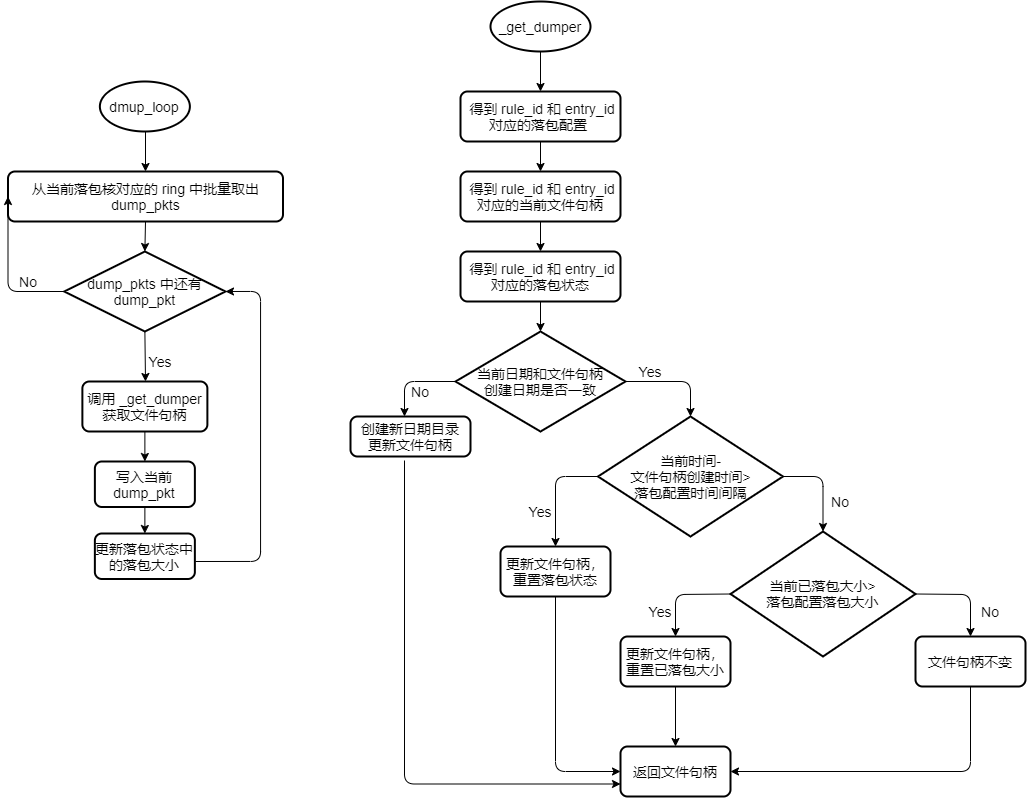
This is assets/img/pkt_dump.png from thewangcj/thewangcj.github.io, a draw.io export, as it was before one commit. Source tidied: cells renumbered, new cells last; positions are measured from the earlier drawing's top-left corner, leaving out a move shared by most shapes.
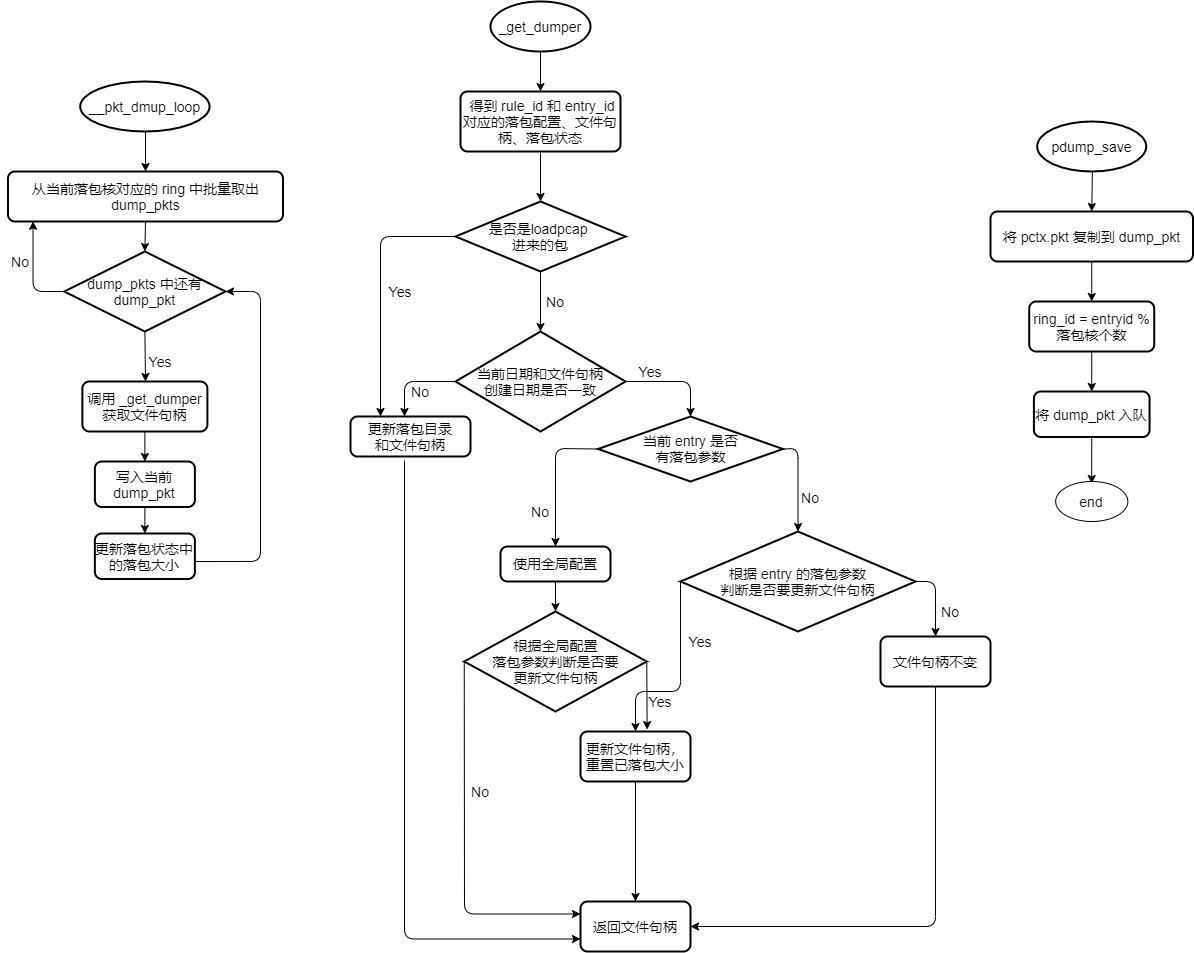
The same file after the commit.

Commit message:
添加 pkt_dump 设计

What changed in the source:
```diff
@@ -2,8 +2,8 @@
   <root>
     <mxCell id="0" />
     <mxCell id="1" parent="0" />
-    <mxCell id="2" value="&lt;font style=&quot;font-size: 14px&quot;&gt;dmup_loop&lt;/font&gt;" style="strokeWidth=2;html=1;shape=mxgraph.flowchart.start_2;whiteSpace=wrap;" parent="1" vertex="1">
-      <mxGeometry x="119.4" y="80" width="90" height="50" as="geometry" />
+    <mxCell id="2" value="&lt;font style=&quot;font-size: 14px&quot;&gt;__pkt_dmup_loop&lt;/font&gt;" style="strokeWidth=2;html=1;shape=mxgraph.flowchart.start_2;whiteSpace=wrap;" parent="1" vertex="1">
+      <mxGeometry x="99.7" y="80" width="129.4" height="50" as="geometry" />
     </mxCell>
     <mxCell id="3" style="edgeStyle=none;html=1;exitX=0.5;exitY=1;exitDx=0;exitDy=0;entryX=0.5;entryY=0;entryDx=0;entryDy=0;entryPerimeter=0;" parent="1" edge="1" source="4" target="6">
       <mxGeometry relative="1" as="geometry" />
@@ -22,8 +22,8 @@
     <mxCell id="7" value="&lt;font style=&quot;font-size: 14px&quot;&gt;Yes&lt;/font&gt;" style="text;html=1;strokeColor=none;fillColor=none;align=center;verticalAlign=middle;whiteSpace=wrap;rounded=0;" parent="1" vertex="1">
       <mxGeometry x="160" y="350" width="40" height="20" as="geometry" />
     </mxCell>
-    <mxCell id="8" value="&lt;font style=&quot;font-size: 14px&quot;&gt;当前时间-&lt;br&gt;文件句柄创建时间&amp;gt;&lt;br&gt;落包配置时间间隔&lt;/font&gt;" style="strokeWidth=2;html=1;shape=mxgraph.flowchart.decision;whiteSpace=wrap;" parent="1" vertex="1">
-      <mxGeometry x="617.5" y="415" width="185" height="120" as="geometry" />
+    <mxCell id="8" value="&lt;span style=&quot;font-size: 14px&quot;&gt;当前 entry 是否&lt;br&gt;有落包参数&lt;/span&gt;" style="strokeWidth=2;html=1;shape=mxgraph.flowchart.decision;whiteSpace=wrap;" parent="1" vertex="1">
+      <mxGeometry x="617.5" y="415" width="185" height="65" as="geometry" />
     </mxCell>
     <mxCell id="9" style="edgeStyle=none;html=1;exitX=0.5;exitY=1;exitDx=0;exitDy=0;exitPerimeter=0;entryX=0.5;entryY=0;entryDx=0;entryDy=0;" parent="1" edge="1" source="10" target="19">
       <mxGeometry relative="1" as="geometry" />
@@ -60,46 +60,40 @@
       </mxGeometry>
     </mxCell>
     <mxCell id="17" value="&lt;font style=&quot;font-size: 14px&quot;&gt;No&lt;/font&gt;" style="text;html=1;strokeColor=none;fillColor=none;align=center;verticalAlign=middle;whiteSpace=wrap;rounded=0;" parent="1" vertex="1">
-      <mxGeometry x="27.5" y="270" width="40" height="20" as="geometry" />
+      <mxGeometry x="20" y="250" width="40" height="20" as="geometry" />
     </mxCell>
-    <mxCell id="18" style="edgeStyle=none;html=1;exitX=0.5;exitY=1;exitDx=0;exitDy=0;entryX=0.5;entryY=0;entryDx=0;entryDy=0;" parent="1" edge="1" source="19" target="21">
+    <mxCell id="18" style="edgeStyle=none;html=1;exitX=0.5;exitY=1;exitDx=0;exitDy=0;entryX=0.5;entryY=0;entryDx=0;entryDy=0;entryPerimeter=0;" parent="1" edge="1" source="19" target="50">
       <mxGeometry relative="1" as="geometry" />
     </mxCell>
-    <mxCell id="19" value="&lt;font style=&quot;font-size: 14px&quot;&gt;&amp;nbsp;得到 rule_id 和 entry_id 对应的落包配置&amp;nbsp;&lt;/font&gt;" style="rounded=1;whiteSpace=wrap;html=1;absoluteArcSize=1;arcSize=14;strokeWidth=2;" parent="1" vertex="1">
-      <mxGeometry x="480" y="90" width="160" height="50" as="geometry" />
+    <mxCell id="19" value="&lt;font style=&quot;font-size: 14px&quot;&gt;&amp;nbsp;得到 rule_id 和 entry_id 对应的落包配置、文件句柄、落包状态&lt;/font&gt;" style="rounded=1;whiteSpace=wrap;html=1;absoluteArcSize=1;arcSize=14;strokeWidth=2;" parent="1" vertex="1">
+      <mxGeometry x="480" y="90" width="160" height="60" as="geometry" />
     </mxCell>
-    <mxCell id="20" style="edgeStyle=none;html=1;exitX=0.5;exitY=1;exitDx=0;exitDy=0;entryX=0.5;entryY=0;entryDx=0;entryDy=0;" parent="1" edge="1" source="21" target="23">
-      <mxGeometry relative="1" as="geometry" />
-    </mxCell>
-    <mxCell id="21" value="&lt;font style=&quot;font-size: 14px&quot;&gt;&amp;nbsp;得到 rule_id 和 entry_id 对应的当前文件句柄&lt;/font&gt;" style="rounded=1;whiteSpace=wrap;html=1;absoluteArcSize=1;arcSize=14;strokeWidth=2;" parent="1" vertex="1">
-      <mxGeometry x="480" y="170" width="160" height="50" as="geometry" />
-    </mxCell>
-    <mxCell id="22" style="edgeStyle=none;html=1;exitX=0.5;exitY=1;exitDx=0;exitDy=0;entryX=0.5;entryY=0;entryDx=0;entryDy=0;entryPerimeter=0;" parent="1" edge="1" source="23" target="38">
+    <mxCell id="22" style="edgeStyle=none;html=1;exitX=0.5;exitY=1;exitDx=0;exitDy=0;entryX=0.5;entryY=0;entryDx=0;entryDy=0;entryPerimeter=0;exitPerimeter=0;" parent="1" edge="1" source="50" target="38">
       <mxGeometry relative="1" as="geometry" />
     </mxCell>
-    <mxCell id="23" value="&lt;font style=&quot;font-size: 14px&quot;&gt;&amp;nbsp;得到 rule_id 和 entry_id 对应的落包状态&lt;/font&gt;" style="rounded=1;whiteSpace=wrap;html=1;absoluteArcSize=1;arcSize=14;strokeWidth=2;" parent="1" vertex="1">
-      <mxGeometry x="480" y="250" width="160" height="50" as="geometry" />
-    </mxCell>
     <mxCell id="24" value="&lt;font style=&quot;font-size: 14px&quot;&gt;更新落包状态中的落包大小&lt;/font&gt;" style="rounded=1;whiteSpace=wrap;html=1;absoluteArcSize=1;arcSize=14;strokeWidth=2;" parent="1" vertex="1">
       <mxGeometry x="114.4" y="532" width="100" height="45.5" as="geometry" />
     </mxCell>
+    <mxCell id="49" style="edgeStyle=none;html=1;exitX=0.5;exitY=1;exitDx=0;exitDy=0;entryX=0.5;entryY=0;entryDx=0;entryDy=0;entryPerimeter=0;" parent="1" edge="1" source="25" target="55">
+      <mxGeometry relative="1" as="geometry" />
+    </mxCell>
-    <mxCell id="25" value="&lt;font style=&quot;font-size: 14px&quot;&gt;更新文件句柄，重置落包状态&lt;/font&gt;" style="rounded=1;whiteSpace=wrap;html=1;absoluteArcSize=1;arcSize=14;strokeWidth=2;" parent="1" vertex="1">
-      <mxGeometry x="520" y="545" width="110" height="50" as="geometry" />
+    <mxCell id="25" value="&lt;span style=&quot;font-size: 14px&quot;&gt;使用全局配置&lt;/span&gt;" style="rounded=1;whiteSpace=wrap;html=1;absoluteArcSize=1;arcSize=14;strokeWidth=2;" parent="1" vertex="1">
+      <mxGeometry x="520" y="545" width="110" height="35" as="geometry" />
     </mxCell>
     <mxCell id="26" style="edgeStyle=elbowEdgeStyle;elbow=vertical;endArrow=classic;html=1;exitX=0;exitY=0.5;exitDx=0;exitDy=0;exitPerimeter=0;entryX=0.5;entryY=0;entryDx=0;entryDy=0;" parent="1" edge="1" source="8" target="25">
       <mxGeometry relative="1" as="geometry">
         <Array as="points">
-          <mxPoint x="570" y="475" />
+          <mxPoint x="590" y="447" />
         </Array>
       </mxGeometry>
     </mxCell>
-    <mxCell id="27" value="&lt;font style=&quot;font-size: 14px&quot;&gt;当前已落包大小&amp;gt;&lt;br&gt;落包配置落包大小&lt;/font&gt;" style="strokeWidth=2;html=1;shape=mxgraph.flowchart.decision;whiteSpace=wrap;" parent="1" vertex="1">
-      <mxGeometry x="750" y="530" width="185" height="125" as="geometry" />
+    <mxCell id="27" value="&lt;span style=&quot;font-size: 14px&quot;&gt;根据 entry 的落包参数&lt;br&gt;判断是否要更新文件句柄&lt;/span&gt;" style="strokeWidth=2;html=1;shape=mxgraph.flowchart.decision;whiteSpace=wrap;" parent="1" vertex="1">
+      <mxGeometry x="700" y="530" width="235" height="100" as="geometry" />
     </mxCell>
     <mxCell id="28" style="edgeStyle=elbowEdgeStyle;elbow=vertical;endArrow=classic;html=1;exitX=1;exitY=0.5;exitDx=0;exitDy=0;exitPerimeter=0;entryX=0.5;entryY=0;entryDx=0;entryDy=0;entryPerimeter=0;" parent="1" edge="1" source="8" target="27">
       <mxGeometry relative="1" as="geometry">
         <Array as="points">
-          <mxPoint x="830" y="475" />
+          <mxPoint x="842" y="447" />
         </Array>
       </mxGeometry>
     </mxCell>
@@ -107,46 +101,47 @@
       <mxGeometry relative="1" as="geometry" />
     </mxCell>
     <mxCell id="30" value="&lt;font style=&quot;font-size: 14px&quot;&gt;更新文件句柄，重置已落包大小&lt;/font&gt;" style="rounded=1;whiteSpace=wrap;html=1;absoluteArcSize=1;arcSize=14;strokeWidth=2;" parent="1" vertex="1">
-      <mxGeometry x="640" y="635" width="110" height="50" as="geometry" />
+      <mxGeometry x="600" y="730" width="110" height="50" as="geometry" />
     </mxCell>
     <mxCell id="31" style="edgeStyle=elbowEdgeStyle;elbow=vertical;endArrow=classic;html=1;exitX=0;exitY=0.5;exitDx=0;exitDy=0;exitPerimeter=0;entryX=0.5;entryY=0;entryDx=0;entryDy=0;" parent="1" edge="1" source="27" target="30">
       <mxGeometry relative="1" as="geometry">
         <Array as="points">
+          <mxPoint x="670" y="690" />
+          <mxPoint x="670" y="610" />
+          <mxPoint x="680" y="580" />
+          <mxPoint x="650" y="640" />
+          <mxPoint x="720" y="565" />
           <mxPoint x="720" y="593" />
         </Array>
       </mxGeometry>
     </mxCell>
     <mxCell id="32" value="&lt;font style=&quot;font-size: 14px&quot;&gt;文件句柄不变&lt;/font&gt;" style="rounded=1;whiteSpace=wrap;html=1;absoluteArcSize=1;arcSize=14;strokeWidth=2;" parent="1" vertex="1">
-      <mxGeometry x="935" y="635" width="110" height="50" as="geometry" />
+      <mxGeometry x="900" y="635" width="110" height="50" as="geometry" />
     </mxCell>
     <mxCell id="33" style="edgeStyle=elbowEdgeStyle;elbow=vertical;endArrow=classic;html=1;exitX=1;exitY=0.5;exitDx=0;exitDy=0;exitPerimeter=0;entryX=0.5;entryY=0;entryDx=0;entryDy=0;" parent="1" edge="1" source="27" target="32">
       <mxGeometry relative="1" as="geometry">
         <Array as="points">
+          <mxPoint x="960" y="580" />
+          <mxPoint x="960" y="565" />
           <mxPoint x="970" y="593" />
         </Array>
       </mxGeometry>
     </mxCell>
     <mxCell id="34" value="&lt;font style=&quot;font-size: 14px&quot;&gt;返回文件句柄&lt;/font&gt;" style="rounded=1;whiteSpace=wrap;html=1;absoluteArcSize=1;arcSize=14;strokeWidth=2;" parent="1" vertex="1">
-      <mxGeometry x="640" y="745" width="110" height="50" as="geometry" />
+      <mxGeometry x="600" y="900" width="110" height="50" as="geometry" />
     </mxCell>
-    <mxCell id="35" style="edgeStyle=elbowEdgeStyle;elbow=vertical;endArrow=classic;html=1;exitX=0.5;exitY=1;exitDx=0;exitDy=0;entryX=0;entryY=0.5;entryDx=0;entryDy=0;" parent="1" edge="1" source="25" target="34">
-      <mxGeometry relative="1" as="geometry">
-        <Array as="points">
-          <mxPoint x="590" y="770" />
-        </Array>
-      </mxGeometry>
-    </mxCell>
     <mxCell id="36" style="edgeStyle=elbowEdgeStyle;elbow=vertical;endArrow=classic;html=1;exitX=0.5;exitY=1;exitDx=0;exitDy=0;entryX=1;entryY=0.5;entryDx=0;entryDy=0;" parent="1" edge="1" source="32" target="34">
       <mxGeometry relative="1" as="geometry">
         <Array as="points">
-          <mxPoint x="870" y="770" />
+          <mxPoint x="880" y="925" />
         </Array>
       </mxGeometry>
     </mxCell>
-    <mxCell id="37" style="edgeStyle=elbowEdgeStyle;elbow=vertical;endArrow=classic;html=1;entryX=0;entryY=0.5;entryDx=0;entryDy=0;" parent="1" edge="1" target="4">
+    <mxCell id="37" style="edgeStyle=elbowEdgeStyle;elbow=vertical;endArrow=classic;html=1;entryX=0.091;entryY=0.996;entryDx=0;entryDy=0;entryPerimeter=0;" parent="1" edge="1" target="4">
       <mxGeometry relative="1" as="geometry">
         <mxPoint x="83.8" y="290" as="sourcePoint" />
         <Array as="points">
+          <mxPoint x="60" y="290" />
           <mxPoint y="290" />
         </Array>
       </mxGeometry>
@@ -154,7 +149,7 @@
     <mxCell id="38" value="&lt;font style=&quot;font-size: 14px&quot;&gt;当前日期和文件句柄&lt;br&gt;创建日期是否一致&lt;/font&gt;" style="strokeWidth=2;html=1;shape=mxgraph.flowchart.decision;whiteSpace=wrap;" parent="1" vertex="1">
       <mxGeometry x="475" y="330" width="170" height="100" as="geometry" />
     </mxCell>
-    <mxCell id="39" value="&lt;font style=&quot;font-size: 14px&quot;&gt;创建新日期目录&lt;br&gt;更新文件句柄&lt;/font&gt;" style="rounded=1;whiteSpace=wrap;html=1;absoluteArcSize=1;arcSize=14;strokeWidth=2;" parent="1" vertex="1">
+    <mxCell id="39" value="&lt;font style=&quot;font-size: 14px&quot;&gt;更新落包目录&lt;br&gt;和文件句柄&lt;/font&gt;" style="rounded=1;whiteSpace=wrap;html=1;absoluteArcSize=1;arcSize=14;strokeWidth=2;" parent="1" vertex="1">
       <mxGeometry x="370" y="415" width="120" height="40" as="geometry" />
     </mxCell>
     <mxCell id="40" style="edgeStyle=elbowEdgeStyle;elbow=horizontal;endArrow=classic;html=1;exitX=0;exitY=0.5;exitDx=0;exitDy=0;exitPerimeter=0;" parent="1" edge="1" source="38">
@@ -182,20 +177,86 @@
     <mxCell id="43" value="&lt;font style=&quot;font-size: 14px&quot;&gt;Yes&lt;/font&gt;" style="text;html=1;strokeColor=none;fillColor=none;align=center;verticalAlign=middle;whiteSpace=wrap;rounded=0;" parent="1" vertex="1">
       <mxGeometry x="650" y="360" width="40" height="20" as="geometry" />
     </mxCell>
-    <mxCell id="44" value="&lt;font style=&quot;font-size: 14px&quot;&gt;Yes&lt;/font&gt;" style="text;html=1;strokeColor=none;fillColor=none;align=center;verticalAlign=middle;whiteSpace=wrap;rounded=0;" parent="1" vertex="1">
+    <mxCell id="44" value="&lt;font style=&quot;font-size: 14px&quot;&gt;No&lt;/font&gt;" style="text;html=1;strokeColor=none;fillColor=none;align=center;verticalAlign=middle;whiteSpace=wrap;rounded=0;" parent="1" vertex="1">
       <mxGeometry x="540" y="500" width="40" height="20" as="geometry" />
     </mxCell>
     <mxCell id="45" value="&lt;font style=&quot;font-size: 14px&quot;&gt;Yes&lt;/font&gt;" style="text;html=1;strokeColor=none;fillColor=none;align=center;verticalAlign=middle;whiteSpace=wrap;rounded=0;" parent="1" vertex="1">
-      <mxGeometry x="660" y="600" width="40" height="20" as="geometry" />
+      <mxGeometry x="700" y="630" width="40" height="20" as="geometry" />
     </mxCell>
     <mxCell id="46" value="&lt;font style=&quot;font-size: 14px&quot;&gt;No&lt;/font&gt;" style="text;html=1;strokeColor=none;fillColor=none;align=center;verticalAlign=middle;whiteSpace=wrap;rounded=0;" parent="1" vertex="1">
       <mxGeometry x="420" y="380" width="40" height="20" as="geometry" />
     </mxCell>
     <mxCell id="47" value="&lt;font style=&quot;font-size: 14px&quot;&gt;No&lt;/font&gt;" style="text;html=1;strokeColor=none;fillColor=none;align=center;verticalAlign=middle;whiteSpace=wrap;rounded=0;" parent="1" vertex="1">
-      <mxGeometry x="840" y="490" width="40" height="20" as="geometry" />
+      <mxGeometry x="810" y="485.5" width="40" height="20" as="geometry" />
     </mxCell>
     <mxCell id="48" value="&lt;font style=&quot;font-size: 14px&quot;&gt;No&lt;/font&gt;" style="text;html=1;strokeColor=none;fillColor=none;align=center;verticalAlign=middle;whiteSpace=wrap;rounded=0;" parent="1" vertex="1">
-      <mxGeometry x="990" y="600" width="40" height="20" as="geometry" />
+      <mxGeometry x="950" y="600" width="40" height="20" as="geometry" />
     </mxCell>
+    <mxCell id="50" value="&lt;span style=&quot;font-size: 14px&quot;&gt;是否是loadpcap &lt;br&gt;进来的包&lt;/span&gt;" style="strokeWidth=2;html=1;shape=mxgraph.flowchart.decision;whiteSpace=wrap;" parent="1" vertex="1">
+      <mxGeometry x="475" y="200" width="170" height="70" as="geometry" />
+    </mxCell>
+    <mxCell id="51" style="edgeStyle=elbowEdgeStyle;elbow=vertical;endArrow=classic;html=1;exitX=0;exitY=0.5;exitDx=0;exitDy=0;exitPerimeter=0;entryX=0.25;entryY=0;entryDx=0;entryDy=0;" parent="1" edge="1" source="50" target="39">
+      <mxGeometry relative="1" as="geometry">
+        <Array as="points">
+          <mxPoint x="440" y="235" />
+        </Array>
+      </mxGeometry>
+    </mxCell>
+    <mxCell id="52" value="&lt;font style=&quot;font-size: 14px&quot;&gt;Yes&lt;/font&gt;" style="text;html=1;strokeColor=none;fillColor=none;align=center;verticalAlign=middle;whiteSpace=wrap;rounded=0;" parent="1" vertex="1">
+      <mxGeometry x="400" y="280" width="40" height="20" as="geometry" />
+    </mxCell>
+    <mxCell id="53" value="&lt;font style=&quot;font-size: 14px&quot;&gt;No&lt;/font&gt;" style="text;html=1;strokeColor=none;fillColor=none;align=center;verticalAlign=middle;whiteSpace=wrap;rounded=0;" parent="1" vertex="1">
+      <mxGeometry x="555" y="290" width="40" height="20" as="geometry" />
+    </mxCell>
+    <mxCell id="54" style="edgeStyle=none;html=1;exitX=1;exitY=0.5;exitDx=0;exitDy=0;exitPerimeter=0;entryX=0.606;entryY=-0.039;entryDx=0;entryDy=0;entryPerimeter=0;" parent="1" edge="1" source="55" target="30">
+      <mxGeometry relative="1" as="geometry" />
+    </mxCell>
+    <mxCell id="55" value="&lt;span style=&quot;font-size: 14px&quot;&gt;根据全局配置&lt;br&gt;落包参数判断是否要&lt;br&gt;更新文件句柄&lt;/span&gt;" style="strokeWidth=2;html=1;shape=mxgraph.flowchart.decision;whiteSpace=wrap;" parent="1" vertex="1">
+      <mxGeometry x="483.8" y="610" width="182.5" height="100" as="geometry" />
+    </mxCell>
+    <mxCell id="56" style="edgeStyle=elbowEdgeStyle;elbow=horizontal;endArrow=classic;html=1;exitX=0;exitY=0.5;exitDx=0;exitDy=0;exitPerimeter=0;entryX=0;entryY=0.25;entryDx=0;entryDy=0;" parent="1" edge="1" source="55" target="34">
+      <mxGeometry relative="1" as="geometry">
+        <Array as="points">
+          <mxPoint x="484" y="800" />
+        </Array>
+      </mxGeometry>
+    </mxCell>
+    <mxCell id="57" value="&lt;font style=&quot;font-size: 14px&quot;&gt;Yes&lt;/font&gt;" style="text;html=1;strokeColor=none;fillColor=none;align=center;verticalAlign=middle;whiteSpace=wrap;rounded=0;" parent="1" vertex="1">
+      <mxGeometry x="660" y="690" width="40" height="20" as="geometry" />
+    </mxCell>
+    <mxCell id="58" value="&lt;font style=&quot;font-size: 14px&quot;&gt;No&lt;/font&gt;" style="text;html=1;strokeColor=none;fillColor=none;align=center;verticalAlign=middle;whiteSpace=wrap;rounded=0;" parent="1" vertex="1">
+      <mxGeometry x="480" y="780" width="40" height="20" as="geometry" />
+    </mxCell>
+    <mxCell id="59" value="&lt;font style=&quot;font-size: 14px&quot;&gt;pdump_save&lt;/font&gt;" style="strokeWidth=2;html=1;shape=mxgraph.flowchart.start_2;whiteSpace=wrap;" parent="1" vertex="1">
+      <mxGeometry x="1056.7" y="120" width="109.1" height="50" as="geometry" />
+    </mxCell>
+    <mxCell id="60" style="edgeStyle=none;html=1;exitX=0.5;exitY=1;exitDx=0;exitDy=0;entryX=0.5;entryY=0;entryDx=0;entryDy=0;fontSize=14;" parent="1" edge="1" source="61" target="63">
+      <mxGeometry relative="1" as="geometry" />
+    </mxCell>
+    <mxCell id="61" value="&lt;span style=&quot;font-size: 14px&quot;&gt;将 pctx.pkt 复制到 dump_pkt&lt;/span&gt;" style="rounded=1;whiteSpace=wrap;html=1;absoluteArcSize=1;arcSize=14;strokeWidth=2;" parent="1" vertex="1">
+      <mxGeometry x="1010" y="210" width="202.5" height="50" as="geometry" />
+    </mxCell>
+    <mxCell id="62" style="edgeStyle=none;html=1;exitX=0.5;exitY=1;exitDx=0;exitDy=0;entryX=0.5;entryY=0;entryDx=0;entryDy=0;fontSize=14;" parent="1" edge="1" source="63" target="65">
+      <mxGeometry relative="1" as="geometry" />
+    </mxCell>
+    <mxCell id="63" value="&lt;font style=&quot;font-size: 14px&quot;&gt;ring_id = entryid % 落包核个数&lt;/font&gt;" style="rounded=1;whiteSpace=wrap;html=1;absoluteArcSize=1;arcSize=14;strokeWidth=2;" parent="1" vertex="1">
+      <mxGeometry x="1048.7" y="300" width="125" height="50" as="geometry" />
+    </mxCell>
+    <mxCell id="64" style="edgeStyle=none;html=1;exitX=0.5;exitY=1;exitDx=0;exitDy=0;entryX=0.5;entryY=0;entryDx=0;entryDy=0;" parent="1" edge="1" source="65">
+      <mxGeometry relative="1" as="geometry">
+        <mxPoint x="1111.2" y="482" as="targetPoint" />
+      </mxGeometry>
+    </mxCell>
+    <mxCell id="65" value="&lt;span style=&quot;font-size: 14px&quot;&gt;将 dump_pkt 入队&lt;/span&gt;" style="rounded=1;whiteSpace=wrap;html=1;absoluteArcSize=1;arcSize=14;strokeWidth=2;" parent="1" vertex="1">
+      <mxGeometry x="1053.4" y="390" width="115.6" height="45.5" as="geometry" />
+    </mxCell>
+    <mxCell id="66" style="edgeStyle=none;html=1;exitX=0.5;exitY=1;exitDx=0;exitDy=0;exitPerimeter=0;entryX=0.5;entryY=0;entryDx=0;entryDy=0;" parent="1" edge="1" target="61">
+      <mxGeometry relative="1" as="geometry">
+        <mxPoint x="1111.9" y="170" as="sourcePoint" />
+      </mxGeometry>
+    </mxCell>
+    <mxCell id="67" value="&lt;font style=&quot;font-size: 14px&quot;&gt;end&lt;/font&gt;" style="ellipse;whiteSpace=wrap;html=1;" parent="1" vertex="1">
+      <mxGeometry x="1075.2" y="480" width="72.2" height="40" as="geometry" />
+    </mxCell>
   </root>
 </mxGraphModel>
```
